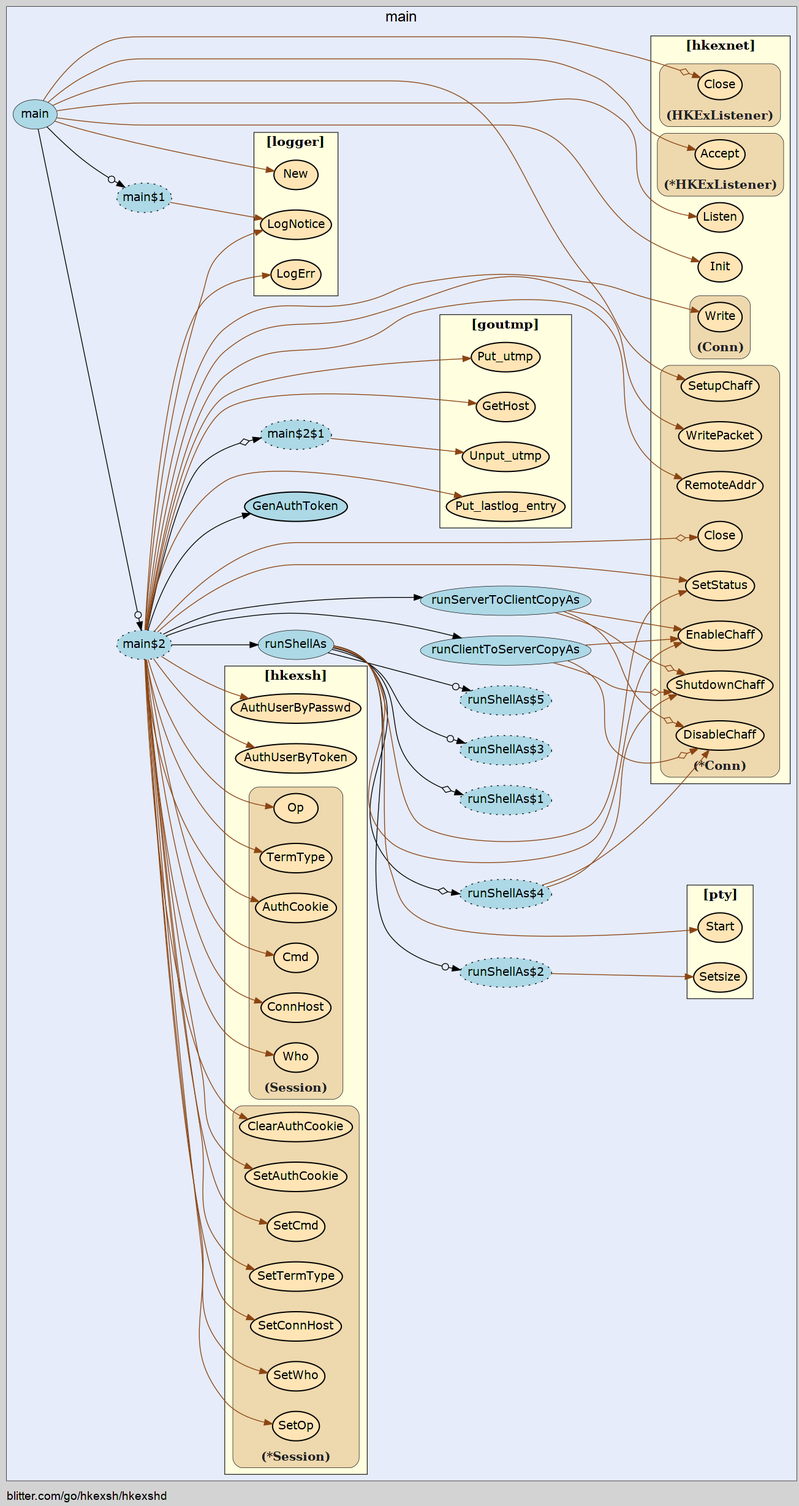
Before: hkexshd/hkexshd-vis.png, a diagram exported from Graphviz (isgasho/xs). Its source is kept beside it as hkexshd/hkexshd-vis.gv.
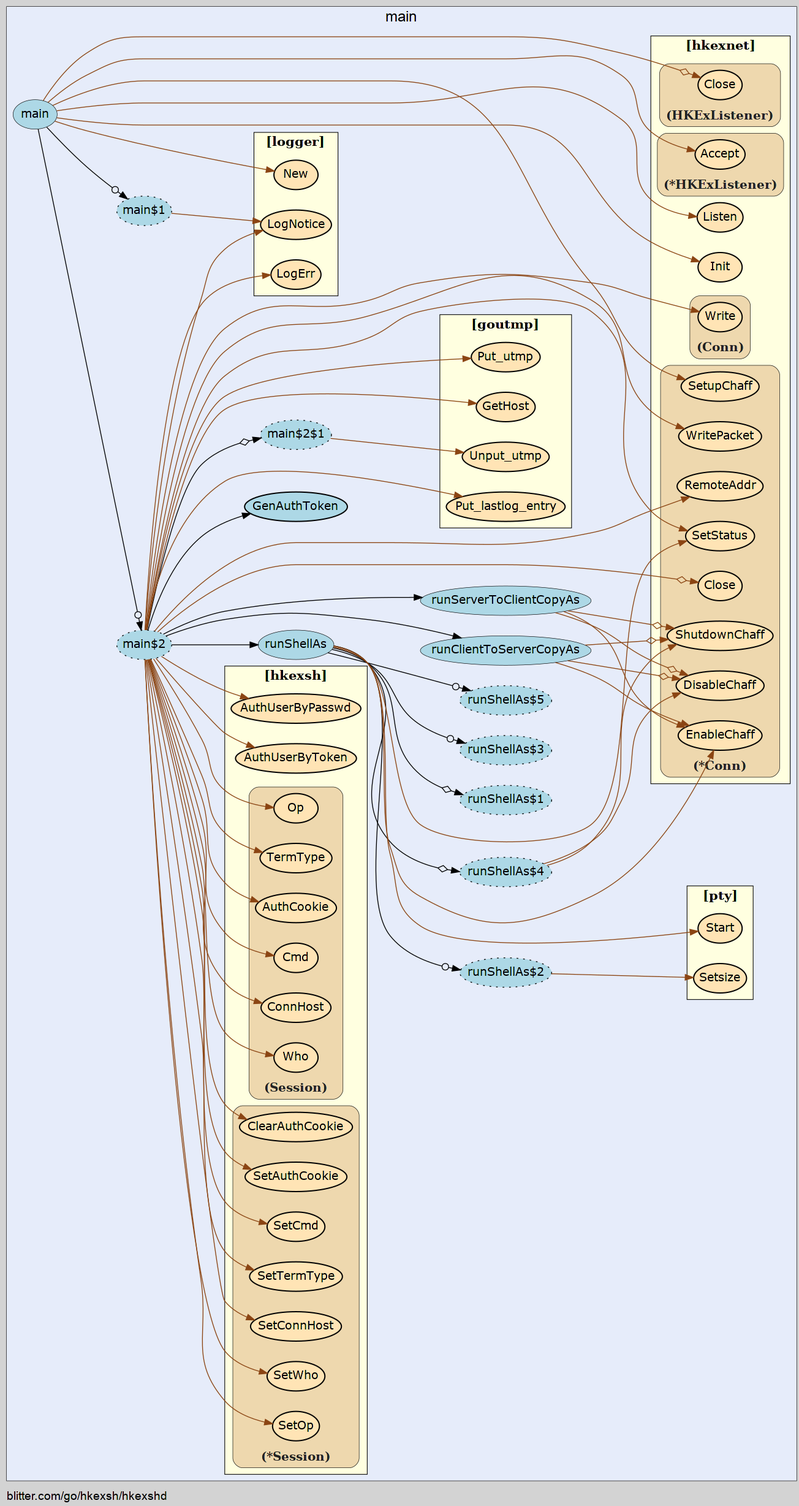
Later version of the same file.

Commit message:
Cleaned up/added commenting (hkexsh/, hkexnet/)

The edit, as a diff of the source:
```diff
@@ -14,171 +14,171 @@
     edge [minlen="2"]
 
     subgraph "cluster_focus" {
-        labelloc="t";
+        bgcolor="#e6ecfa";
+label="main";
+labelloc="t";
 labeljust="c";
 fontsize="18";
-bgcolor="#e6ecfa";
-label="main";
 
-        "blitter.com/go/hkexsh/hkexshd.runShellAs" [ fillcolor="lightblue" label="runShellAs" penwidth="0.5" ]
-        "blitter.com/go/hkexsh/hkexshd.runShellAs$1" [ fillcolor="lightblue" label="deferPtmxClose" style="dotted,filled" ]
-        "blitter.com/go/hkexsh/hkexshd.runShellAs$2" [ fillcolor="lightblue" label="termResizeWatcher" style="dotted,filled" ]
-        "blitter.com/go/hkexsh/hkexshd.runShellAs$3" [ fillcolor="lightblue" label="stdinToPtyWorker" style="dotted,filled" ]
+        "blitter.com/go/hkexsh/hkexshd.main$1" [ fillcolor="lightblue" label="main$1" style="dotted,filled" ]
+        "blitter.com/go/hkexsh/hkexshd.main$2$1" [ fillcolor="lightblue" label="main$2$1" style="dotted,filled" ]
         "blitter.com/go/hkexsh/hkexshd.runShellAs$4" [ fillcolor="lightblue" label="deferChaffShutdown" style="dotted,filled" ]
-        "blitter.com/go/hkexsh/hkexshd.runShellAs$5" [ fillcolor="lightblue" label="ptyToStdoutWorker" style="dotted,filled" ]
         "blitter.com/go/hkexsh/hkexshd.main" [ fillcolor="lightblue" label="main" penwidth="0.5" ]
-        "blitter.com/go/hkexsh/hkexshd.main$1" [ fillcolor="lightblue" label="main$1" style="dotted,filled" ]
         "blitter.com/go/hkexsh/hkexshd.main$2" [ fillcolor="lightblue" label="main$2" style="dotted,filled" ]
         "blitter.com/go/hkexsh/hkexshd.GenAuthToken" [ fillcolor="lightblue" label="GenAuthToken" penwidth="1.5" ]
-        "blitter.com/go/hkexsh/hkexshd.main$2$1" [ fillcolor="lightblue" label="main$2$1" style="dotted,filled" ]
-        "blitter.com/go/hkexsh/hkexshd.runClientToServerCopyAs" [ penwidth="0.5" fillcolor="lightblue" label="runClientToServerCopyAs" ]
+        "blitter.com/go/hkexsh/hkexshd.runShellAs" [ fillcolor="lightblue" label="runShellAs" penwidth="0.5" ]
+        "blitter.com/go/hkexsh/hkexshd.runShellAs$1" [ label="deferPtmxClose" style="dotted,filled" fillcolor="lightblue" ]
+        "blitter.com/go/hkexsh/hkexshd.runShellAs$2" [ style="dotted,filled" fillcolor="lightblue" label="termResizeWatcher" ]
+        "blitter.com/go/hkexsh/hkexshd.runShellAs$3" [ fillcolor="lightblue" label="stdinToPtyWorker" style="dotted,filled" ]
+        "blitter.com/go/hkexsh/hkexshd.runShellAs$5" [ fillcolor="lightblue" label="ptyToStdoutWorker" style="dotted,filled" ]
+        "blitter.com/go/hkexsh/hkexshd.runClientToServerCopyAs" [ fillcolor="lightblue" label="runClientToServerCopyAs" penwidth="0.5" ]
         "blitter.com/go/hkexsh/hkexshd.runServerToClientCopyAs" [ fillcolor="lightblue" label="runServerToClientCopyAs" penwidth="0.5" ]
 
         subgraph "cluster_blitter.com/go/goutmp" {
-        fontsize="16";
-style="filled";
-fillcolor="lightyellow";
+        fontname="bold";
 rank="sink";
-label="[goutmp]";
 tooltip="package: blitter.com/go/goutmp";
 penwidth="0.8";
-fontname="bold";
+fillcolor="lightyellow";
+label="[goutmp]";
 URL="/?f=blitter.com/go/goutmp";
+fontsize="16";
+style="filled";
 
-        "blitter.com/go/goutmp.GetHost" [ penwidth="1.5" fillcolor="moccasin" label="GetHost" ]
-        "blitter.com/go/goutmp.Put_utmp" [ fillcolor="moccasin" label="Put_utmp" penwidth="1.5" ]
-        "blitter.com/go/goutmp.Unput_utmp" [ fillcolor="moccasin" label="Unput_utmp" penwidth="1.5" ]
-        "blitter.com/go/goutmp.Put_lastlog_entry" [ label="Put_lastlog_entry" penwidth="1.5" fillcolor="moccasin" ]
+        "blitter.com/go/goutmp.Unput_utmp" [ label="Unput_utmp" penwidth="1.5" fillcolor="moccasin" ]
+        "blitter.com/go/goutmp.GetHost" [ fillcolor="moccasin" label="GetHost" penwidth="1.5" ]
+        "blitter.com/go/goutmp.Put_utmp" [ label="Put_utmp" penwidth="1.5" fillcolor="moccasin" ]
+        "blitter.com/go/goutmp.Put_lastlog_entry" [ fillcolor="moccasin" label="Put_lastlog_entry" penwidth="1.5" ]
 
     }
 
         subgraph "cluster_blitter.com/go/hkexsh" {
-        fontname="bold";
+        fillcolor="lightyellow";
+label="[hkexsh]";
+tooltip="package: blitter.com/go/hkexsh";
+penwidth="0.8";
+style="filled";
+fontname="bold";
 rank="sink";
 URL="/?f=blitter.com/go/hkexsh";
-penwidth="0.8";
-style="filled";
-fillcolor="lightyellow";
 fontsize="16";
-label="[hkexsh]";
-tooltip="package: blitter.com/go/hkexsh";
 
-        "blitter.com/go/hkexsh.AuthUserByToken" [ penwidth="1.5" fillcolor="moccasin" label="AuthUserByToken" ]
+        "blitter.com/go/hkexsh.AuthUserByToken" [ label="AuthUserByToken" penwidth="1.5" fillcolor="moccasin" ]
         "blitter.com/go/hkexsh.AuthUserByPasswd" [ fillcolor="moccasin" label="AuthUserByPasswd" penwidth="1.5" ]
 
         subgraph "cluster_*blitter.com/go/hkexsh.Session" {
-        fontcolor="#222222";
+        fontsize="15";
+fontcolor="#222222";
 labelloc="b";
 style="rounded,filled";
 fillcolor="wheat2";
 label="(*Session)";
 tooltip="type: *blitter.com/go/hkexsh.Session";
 penwidth="0.5";
-fontsize="15";
 
-        "(*blitter.com/go/hkexsh.Session).SetOp" [ penwidth="1.5" fillcolor="moccasin" label="SetOp" ]
+        "(*blitter.com/go/hkexsh.Session).SetOp" [ fillcolor="moccasin" label="SetOp" penwidth="1.5" ]
         "(*blitter.com/go/hkexsh.Session).SetWho" [ fillcolor="moccasin" label="SetWho" penwidth="1.5" ]
-        "(*blitter.com/go/hkexsh.Session).SetConnHost" [ fillcolor="moccasin" label="SetConnHost" penwidth="1.5" ]
-        "(*blitter.com/go/hkexsh.Session).SetTermType" [ fillcolor="moccasin" label="SetTermType" penwidth="1.5" ]
+        "(*blitter.com/go/hkexsh.Session).SetConnHost" [ penwidth="1.5" fillcolor="moccasin" label="SetConnHost" ]
+        "(*blitter.com/go/hkexsh.Session).SetTermType" [ label="SetTermType" penwidth="1.5" fillcolor="moccasin" ]
         "(*blitter.com/go/hkexsh.Session).SetCmd" [ fillcolor="moccasin" label="SetCmd" penwidth="1.5" ]
-        "(*blitter.com/go/hkexsh.Session).SetAuthCookie" [ penwidth="1.5" fillcolor="moccasin" label="SetAuthCookie" ]
-        "(*blitter.com/go/hkexsh.Session).ClearAuthCookie" [ fillcolor="moccasin" label="ClearAuthCookie" penwidth="1.5" ]
+        "(*blitter.com/go/hkexsh.Session).SetAuthCookie" [ fillcolor="moccasin" label="SetAuthCookie" penwidth="1.5" ]
+        "(*blitter.com/go/hkexsh.Session).ClearAuthCookie" [ label="ClearAuthCookie" penwidth="1.5" fillcolor="moccasin" ]
 
     }
 
         subgraph "cluster_blitter.com/go/hkexsh.Session" {
-        labelloc="b";
-style="rounded,filled";
-fillcolor="wheat2";
+        fillcolor="wheat2";
 label="(Session)";
 tooltip="type: blitter.com/go/hkexsh.Session";
 penwidth="0.5";
 fontsize="15";
 fontcolor="#222222";
+labelloc="b";
+style="rounded,filled";
 
         "(blitter.com/go/hkexsh.Session).Op" [ fillcolor="moccasin" label="Op" penwidth="1.5" ]
         "(blitter.com/go/hkexsh.Session).Who" [ fillcolor="moccasin" label="Who" penwidth="1.5" ]
-        "(blitter.com/go/hkexsh.Session).ConnHost" [ label="ConnHost" penwidth="1.5" fillcolor="moccasin" ]
-        "(blitter.com/go/hkexsh.Session).Cmd" [ fillcolor="moccasin" label="Cmd" penwidth="1.5" ]
+        "(blitter.com/go/hkexsh.Session).ConnHost" [ fillcolor="moccasin" label="ConnHost" penwidth="1.5" ]
+        "(blitter.com/go/hkexsh.Session).Cmd" [ penwidth="1.5" fillcolor="moccasin" label="Cmd" ]
         "(blitter.com/go/hkexsh.Session).AuthCookie" [ fillcolor="moccasin" label="AuthCookie" penwidth="1.5" ]
-        "(blitter.com/go/hkexsh.Session).TermType" [ label="TermType" penwidth="1.5" fillcolor="moccasin" ]
+        "(blitter.com/go/hkexsh.Session).TermType" [ fillcolor="moccasin" label="TermType" penwidth="1.5" ]
 
     }
 
     }
 
         subgraph "cluster_blitter.com/go/hkexsh/hkexnet" {
-        style="filled";
-fillcolor="lightyellow";
-fontname="bold";
+        fontsize="16";
+URL="/?f=blitter.com/go/hkexsh/hkexnet";
 rank="sink";
-URL="/?f=blitter.com/go/hkexsh/hkexnet";
-fontsize="16";
 label="[hkexnet]";
 tooltip="package: blitter.com/go/hkexsh/hkexnet";
 penwidth="0.8";
+style="filled";
+fillcolor="lightyellow";
+fontname="bold";
 
         "blitter.com/go/hkexsh/hkexnet.Init" [ fillcolor="moccasin" label="Init" penwidth="1.5" ]
         "blitter.com/go/hkexsh/hkexnet.Listen" [ fillcolor="moccasin" label="Listen" penwidth="1.5" ]
 
         subgraph "cluster_*blitter.com/go/hkexsh/hkexnet.Conn" {
-        penwidth="0.5";
+        tooltip="type: *blitter.com/go/hkexsh/hkexnet.Conn";
+penwidth="0.5";
 fontsize="15";
 fontcolor="#222222";
 labelloc="b";
 style="rounded,filled";
 fillcolor="wheat2";
 label="(*Conn)";
-tooltip="type: *blitter.com/go/hkexsh/hkexnet.Conn";
 
-        "(*blitter.com/go/hkexsh/hkexnet.Conn).EnableChaff" [ fillcolor="moccasin" label="EnableChaff" penwidth="1.5" ]
         "(*blitter.com/go/hkexsh/hkexnet.Conn).DisableChaff" [ fillcolor="moccasin" label="DisableChaff" penwidth="1.5" ]
         "(*blitter.com/go/hkexsh/hkexnet.Conn).ShutdownChaff" [ fillcolor="moccasin" label="ShutdownChaff" penwidth="1.5" ]
+        "(*blitter.com/go/hkexsh/hkexnet.Conn).SetupChaff" [ fillcolor="moccasin" label="SetupChaff" penwidth="1.5" ]
+        "(*blitter.com/go/hkexsh/hkexnet.Conn).Close" [ fillcolor="moccasin" label="Close" penwidth="1.5" ]
+        "(*blitter.com/go/hkexsh/hkexnet.Conn).RemoteAddr" [ label="RemoteAddr" penwidth="1.5" fillcolor="moccasin" ]
+        "(*blitter.com/go/hkexsh/hkexnet.Conn).EnableChaff" [ fillcolor="moccasin" label="EnableChaff" penwidth="1.5" ]
         "(*blitter.com/go/hkexsh/hkexnet.Conn).SetStatus" [ fillcolor="moccasin" label="SetStatus" penwidth="1.5" ]
-        "(*blitter.com/go/hkexsh/hkexnet.Conn).SetupChaff" [ label="SetupChaff" penwidth="1.5" fillcolor="moccasin" ]
-        "(*blitter.com/go/hkexsh/hkexnet.Conn).Close" [ label="Close" penwidth="1.5" fillcolor="moccasin" ]
-        "(*blitter.com/go/hkexsh/hkexnet.Conn).RemoteAddr" [ fillcolor="moccasin" label="RemoteAddr" penwidth="1.5" ]
-        "(*blitter.com/go/hkexsh/hkexnet.Conn).WritePacket" [ fillcolor="moccasin" label="WritePacket" penwidth="1.5" ]
+        "(*blitter.com/go/hkexsh/hkexnet.Conn).WritePacket" [ label="WritePacket" penwidth="1.5" fillcolor="moccasin" ]
 
     }
 
         subgraph "cluster_*blitter.com/go/hkexsh/hkexnet.HKExListener" {
-        fontcolor="#222222";
+        tooltip="type: *blitter.com/go/hkexsh/hkexnet.HKExListener";
+penwidth="0.5";
+fontsize="15";
+fontcolor="#222222";
 labelloc="b";
 style="rounded,filled";
 fillcolor="wheat2";
 label="(*HKExListener)";
-tooltip="type: *blitter.com/go/hkexsh/hkexnet.HKExListener";
-penwidth="0.5";
-fontsize="15";
 
         "(*blitter.com/go/hkexsh/hkexnet.HKExListener).Accept" [ fillcolor="moccasin" label="Accept" penwidth="1.5" ]
 
     }
 
         subgraph "cluster_blitter.com/go/hkexsh/hkexnet.Conn" {
-        penwidth="0.5";
-fontsize="15";
-fontcolor="#222222";
+        fontcolor="#222222";
 labelloc="b";
 style="rounded,filled";
 fillcolor="wheat2";
 label="(Conn)";
 tooltip="type: blitter.com/go/hkexsh/hkexnet.Conn";
+penwidth="0.5";
+fontsize="15";
 
-        "(blitter.com/go/hkexsh/hkexnet.Conn).Write" [ fillcolor="moccasin" label="Write" penwidth="1.5" ]
+        "(blitter.com/go/hkexsh/hkexnet.Conn).Write" [ label="Write" penwidth="1.5" fillcolor="moccasin" ]
 
     }
 
         subgraph "cluster_blitter.com/go/hkexsh/hkexnet.HKExListener" {
-        label="(HKExListener)";
+        fillcolor="wheat2";
+label="(HKExListener)";
 tooltip="type: blitter.com/go/hkexsh/hkexnet.HKExListener";
 penwidth="0.5";
 fontsize="15";
 fontcolor="#222222";
 labelloc="b";
 style="rounded,filled";
-fillcolor="wheat2";
 
         "(blitter.com/go/hkexsh/hkexnet.HKExListener).Close" [ fillcolor="moccasin" label="Close" penwidth="1.5" ]
 
@@ -188,53 +188,45 @@
 
         subgraph "cluster_blitter.com/go/hkexsh/logger" {
         penwidth="0.8";
-rank="sink";
 fontsize="16";
 style="filled";
+rank="sink";
 fillcolor="lightyellow";
 fontname="bold";
 label="[logger]";
 URL="/?f=blitter.com/go/hkexsh/logger";
 tooltip="package: blitter.com/go/hkexsh/logger";
 
+        "blitter.com/go/hkexsh/logger.LogNotice" [ fillcolor="moccasin" label="LogNotice" penwidth="1.5" ]
         "blitter.com/go/hkexsh/logger.New" [ fillcolor="moccasin" label="New" penwidth="1.5" ]
-        "blitter.com/go/hkexsh/logger.LogNotice" [ penwidth="1.5" fillcolor="moccasin" label="LogNotice" ]
-        "blitter.com/go/hkexsh/logger.LogErr" [ penwidth="1.5" fillcolor="moccasin" label="LogErr" ]
+        "blitter.com/go/hkexsh/logger.LogErr" [ fillcolor="moccasin" label="LogErr" penwidth="1.5" ]
 
     }
 
         subgraph "cluster_github.com/kr/pty" {
-        style="filled";
+        penwidth="0.8";
+fillcolor="lightyellow";
+tooltip="package: github.com/kr/pty";
 label="[pty]";
 URL="/?f=github.com/kr/pty";
-penwidth="0.8";
 fontsize="16";
-fillcolor="lightyellow";
+style="filled";
 fontname="bold";
 rank="sink";
-tooltip="package: github.com/kr/pty";
 
-        "github.com/kr/pty.Start" [ fillcolor="moccasin" label="Start" penwidth="1.5" ]
+        "github.com/kr/pty.Start" [ label="Start" penwidth="1.5" fillcolor="moccasin" ]
         "github.com/kr/pty.Setsize" [ fillcolor="moccasin" label="Setsize" penwidth="1.5" ]
 
     }
 
     }
 
-    "blitter.com/go/hkexsh/hkexshd.runShellAs" -> "github.com/kr/pty.Start" [ color="saddlebrown" ]
-    "blitter.com/go/hkexsh/hkexshd.runShellAs" -> "blitter.com/go/hkexsh/hkexshd.runShellAs$1" [ arrowhead="normalnoneodiamond" ]
-    "blitter.com/go/hkexsh/hkexshd.runShellAs$2" -> "github.com/kr/pty.Setsize" [ color="saddlebrown" ]
-    "blitter.com/go/hkexsh/hkexshd.runShellAs" -> "blitter.com/go/hkexsh/hkexshd.runShellAs$2" [ arrowhead="normalnoneodot" ]
-    "blitter.com/go/hkexsh/hkexshd.runShellAs" -> "blitter.com/go/hkexsh/hkexshd.runShellAs$3" [ arrowhead="normalnoneodot" ]
-    "blitter.com/go/hkexsh/hkexshd.runShellAs" -> "(*blitter.com/go/hkexsh/hkexnet.Conn).EnableChaff" [ color="saddlebrown" ]
+    "blitter.com/go/hkexsh/hkexshd.main$1" -> "blitter.com/go/hkexsh/logger.LogNotice" [ color="saddlebrown" ]
+    "blitter.com/go/hkexsh/hkexshd.main$2$1" -> "blitter.com/go/goutmp.Unput_utmp" [ color="saddlebrown" ]
     "blitter.com/go/hkexsh/hkexshd.runShellAs$4" -> "(*blitter.com/go/hkexsh/hkexnet.Conn).DisableChaff" [ color="saddlebrown" ]
     "blitter.com/go/hkexsh/hkexshd.runShellAs$4" -> "(*blitter.com/go/hkexsh/hkexnet.Conn).ShutdownChaff" [ color="saddlebrown" ]
-    "blitter.com/go/hkexsh/hkexshd.runShellAs" -> "blitter.com/go/hkexsh/hkexshd.runShellAs$4" [ arrowhead="normalnoneodiamond" ]
-    "blitter.com/go/hkexsh/hkexshd.runShellAs" -> "blitter.com/go/hkexsh/hkexshd.runShellAs$5" [ arrowhead="normalnoneodot" ]
-    "blitter.com/go/hkexsh/hkexshd.runShellAs" -> "(*blitter.com/go/hkexsh/hkexnet.Conn).SetStatus" [ color="saddlebrown" ]
     "blitter.com/go/hkexsh/hkexshd.main" -> "blitter.com/go/hkexsh/logger.New" [ color="saddlebrown" ]
     "blitter.com/go/hkexsh/hkexshd.main" -> "blitter.com/go/hkexsh/hkexnet.Init" [ color="saddlebrown" ]
-    "blitter.com/go/hkexsh/hkexshd.main$1" -> "blitter.com/go/hkexsh/logger.LogNotice" [ color="saddlebrown" ]
     "blitter.com/go/hkexsh/hkexshd.main" -> "blitter.com/go/hkexsh/hkexshd.main$1" [ arrowhead="normalnoneodot" ]
     "blitter.com/go/hkexsh/hkexshd.main" -> "blitter.com/go/hkexsh/hkexnet.Listen" [ color="saddlebrown" ]
     "blitter.com/go/hkexsh/hkexshd.main" -> "(blitter.com/go/hkexsh/hkexnet.HKExListener).Close" [ arrowhead="normalnoneodiamond" color="saddlebrown" ]
@@ -261,20 +253,28 @@
     "blitter.com/go/hkexsh/hkexshd.main$2" -> "blitter.com/go/goutmp.GetHost" [ color="saddlebrown" ]
     "blitter.com/go/hkexsh/hkexshd.main$2" -> "blitter.com/go/hkexsh/hkexshd.GenAuthToken" [  ]
     "blitter.com/go/hkexsh/hkexshd.main$2" -> "(blitter.com/go/hkexsh.Session).TermType" [ color="saddlebrown" ]
+    "blitter.com/go/hkexsh/hkexshd.runShellAs" -> "github.com/kr/pty.Start" [ color="saddlebrown" ]
+    "blitter.com/go/hkexsh/hkexshd.runShellAs" -> "blitter.com/go/hkexsh/hkexshd.runShellAs$1" [ arrowhead="normalnoneodiamond" ]
+    "blitter.com/go/hkexsh/hkexshd.runShellAs$2" -> "github.com/kr/pty.Setsize" [ color="saddlebrown" ]
+    "blitter.com/go/hkexsh/hkexshd.runShellAs" -> "blitter.com/go/hkexsh/hkexshd.runShellAs$2" [ arrowhead="normalnoneodot" ]
+    "blitter.com/go/hkexsh/hkexshd.runShellAs" -> "blitter.com/go/hkexsh/hkexshd.runShellAs$3" [ arrowhead="normalnoneodot" ]
+    "blitter.com/go/hkexsh/hkexshd.runShellAs" -> "(*blitter.com/go/hkexsh/hkexnet.Conn).EnableChaff" [ color="saddlebrown" ]
+    "blitter.com/go/hkexsh/hkexshd.runShellAs" -> "blitter.com/go/hkexsh/hkexshd.runShellAs$4" [ arrowhead="normalnoneodiamond" ]
+    "blitter.com/go/hkexsh/hkexshd.runShellAs" -> "blitter.com/go/hkexsh/hkexshd.runShellAs$5" [ arrowhead="normalnoneodot" ]
+    "blitter.com/go/hkexsh/hkexshd.runShellAs" -> "(*blitter.com/go/hkexsh/hkexnet.Conn).SetStatus" [ color="saddlebrown" ]
     "blitter.com/go/hkexsh/hkexshd.main$2" -> "blitter.com/go/hkexsh/hkexshd.runShellAs" [  ]
     "blitter.com/go/hkexsh/hkexshd.main$2" -> "blitter.com/go/hkexsh/logger.LogErr" [ color="saddlebrown" ]
     "blitter.com/go/hkexsh/hkexshd.main$2" -> "(*blitter.com/go/hkexsh/hkexnet.Conn).SetStatus" [ color="saddlebrown" ]
     "blitter.com/go/hkexsh/hkexshd.main$2" -> "blitter.com/go/goutmp.Put_utmp" [ color="saddlebrown" ]
-    "blitter.com/go/hkexsh/hkexshd.main$2$1" -> "blitter.com/go/goutmp.Unput_utmp" [ color="saddlebrown" ]
     "blitter.com/go/hkexsh/hkexshd.main$2" -> "blitter.com/go/hkexsh/hkexshd.main$2$1" [ arrowhead="normalnoneodiamond" ]
     "blitter.com/go/hkexsh/hkexshd.main$2" -> "blitter.com/go/goutmp.Put_lastlog_entry" [ color="saddlebrown" ]
     "blitter.com/go/hkexsh/hkexshd.runClientToServerCopyAs" -> "(*blitter.com/go/hkexsh/hkexnet.Conn).EnableChaff" [ color="saddlebrown" ]
     "blitter.com/go/hkexsh/hkexshd.runClientToServerCopyAs" -> "(*blitter.com/go/hkexsh/hkexnet.Conn).DisableChaff" [ arrowhead="normalnoneodiamond" color="saddlebrown" ]
-    "blitter.com/go/hkexsh/hkexshd.runClientToServerCopyAs" -> "(*blitter.com/go/hkexsh/hkexnet.Conn).ShutdownChaff" [ arrowhead="normalnoneodiamond" color="saddlebrown" ]
+    "blitter.com/go/hkexsh/hkexshd.runClientToServerCopyAs" -> "(*blitter.com/go/hkexsh/hkexnet.Conn).ShutdownChaff" [ color="saddlebrown" arrowhead="normalnoneodiamond" ]
     "blitter.com/go/hkexsh/hkexshd.main$2" -> "blitter.com/go/hkexsh/hkexshd.runClientToServerCopyAs" [  ]
     "blitter.com/go/hkexsh/hkexshd.main$2" -> "(*blitter.com/go/hkexsh/hkexnet.Conn).WritePacket" [ color="saddlebrown" ]
     "blitter.com/go/hkexsh/hkexshd.runServerToClientCopyAs" -> "(*blitter.com/go/hkexsh/hkexnet.Conn).EnableChaff" [ color="saddlebrown" ]
-    "blitter.com/go/hkexsh/hkexshd.runServerToClientCopyAs" -> "(*blitter.com/go/hkexsh/hkexnet.Conn).DisableChaff" [ color="saddlebrown" arrowhead="normalnoneodiamond" ]
+    "blitter.com/go/hkexsh/hkexshd.runServerToClientCopyAs" -> "(*blitter.com/go/hkexsh/hkexnet.Conn).DisableChaff" [ arrowhead="normalnoneodiamond" color="saddlebrown" ]
     "blitter.com/go/hkexsh/hkexshd.runServerToClientCopyAs" -> "(*blitter.com/go/hkexsh/hkexnet.Conn).ShutdownChaff" [ arrowhead="normalnoneodiamond" color="saddlebrown" ]
     "blitter.com/go/hkexsh/hkexshd.main$2" -> "blitter.com/go/hkexsh/hkexshd.runServerToClientCopyAs" [  ]
     "blitter.com/go/hkexsh/hkexshd.main" -> "blitter.com/go/hkexsh/hkexshd.main$2" [ arrowhead="normalnoneodot" ]
```
